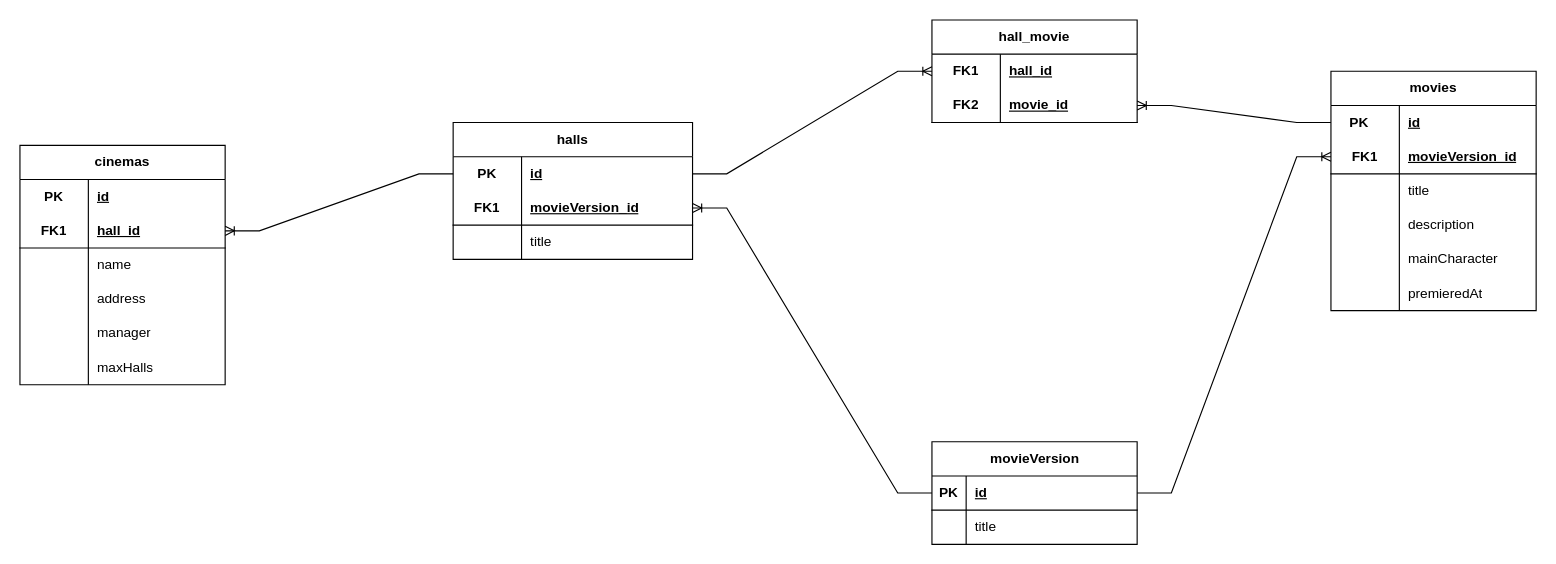
This is cinema/java-cinema.drawio from smatzner/java-matzner, a draw.io file, before an edit. Source tidied: cells renumbered, new cells numbered last; positions are measured from the earlier drawing's top-left corner, leaving out a move shared by most shapes. Both pictures are drawn from the tidied source at 114%, with x=0, y=0 at pixel (19, 19).
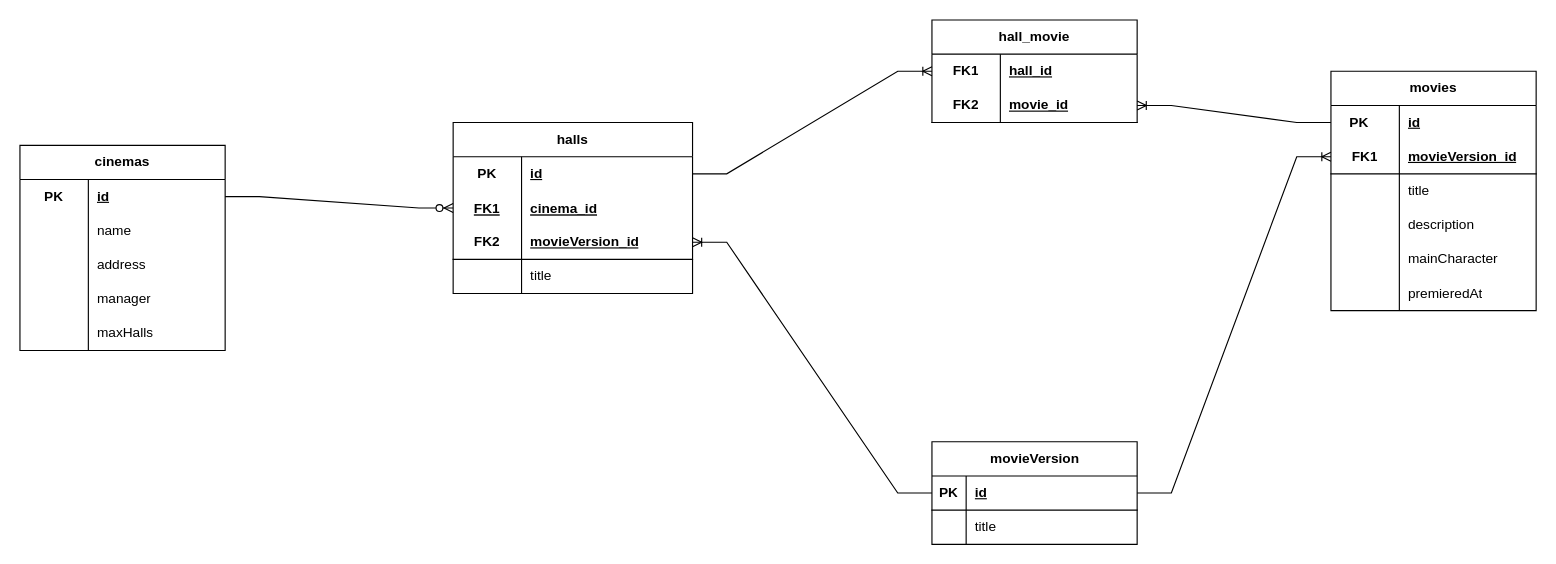
Above is the later version.

Unchanged cells that the change refers to:
```xml
<mxCell id="3" style="shape=tableRow;horizontal=0;startSize=0;swimlaneHead=0;swimlaneBody=0;fillColor=none;points=[[0,0.5],[1,0.5]];portConstraint=eastwest;top=0;left=0;right=0;bottom=0;html=1;" parent="2" vertex="1">
  <mxGeometry y="30" width="180" height="30" as="geometry" />
</mxCell>
<mxCell id="22" style="shape=tableRow;horizontal=0;startSize=0;swimlaneHead=0;swimlaneBody=0;fillColor=none;points=[[0,0.5],[1,0.5]];portConstraint=eastwest;top=0;left=0;right=0;bottom=0;html=1;" parent="21" vertex="1">
  <mxGeometry y="30" width="210" height="30" as="geometry" />
</mxCell>
```

Diff of the diagram source:
```diff
@@
     <mxCell id="2" value="cinemas" style="shape=table;startSize=30;childLayout=tableLayout;rowLines=0;fontStyle=1;align=center;html=1;whiteSpace=wrap;" parent="1" vertex="1">
-      <mxGeometry y="110" width="180" height="210" as="geometry" />
+      <mxGeometry y="110" width="180" height="180" as="geometry" />
     </mxCell>
@@
-    <mxCell id="6" style="shape=tableRow;horizontal=0;startSize=0;swimlaneHead=0;swimlaneBody=0;fillColor=none;points=[[0,0.5],[1,0.5]];portConstraint=eastwest;top=0;left=0;right=0;bottom=1;html=1;" parent="2" vertex="1">
-      <mxGeometry y="60" width="180" height="30" as="geometry" />
-    </mxCell>
-    <mxCell id="7" value="FK1" style="shape=partialRectangle;fillColor=none;top=0;left=0;bottom=0;right=0;fontStyle=1;overflow=hidden;html=1;whiteSpace=wrap;" parent="6" vertex="1">
-      <mxGeometry width="60" height="30" as="geometry" />
-    </mxCell>
-    <mxCell id="8" value="hall_id" style="shape=partialRectangle;fillColor=none;top=0;left=0;bottom=0;right=0;align=left;spacingLeft=6;fontStyle=5;overflow=hidden;html=1;whiteSpace=wrap;" parent="6" vertex="1">
-      <mxGeometry x="60" width="120" height="30" as="geometry" />
-    </mxCell>
     <mxCell id="9" style="shape=tableRow;horizontal=0;startSize=0;swimlaneHead=0;swimlaneBody=0;fillColor=none;top=0;left=0;right=0;bottom=0;html=1;" parent="2" vertex="1">
-      <mxGeometry y="90" width="180" height="30" as="geometry" />
+      <mxGeometry y="60" width="180" height="30" as="geometry" />
     </mxCell>
@@
     <mxCell id="12" style="shape=tableRow;horizontal=0;startSize=0;swimlaneHead=0;swimlaneBody=0;fillColor=none;top=0;left=0;right=0;bottom=0;html=1;" parent="2" vertex="1">
-      <mxGeometry y="120" width="180" height="30" as="geometry" />
+      <mxGeometry y="90" width="180" height="30" as="geometry" />
     </mxCell>
@@
     <mxCell id="15" style="shape=tableRow;horizontal=0;startSize=0;swimlaneHead=0;swimlaneBody=0;fillColor=none;top=0;left=0;right=0;bottom=0;html=1;" parent="2" vertex="1">
-      <mxGeometry y="150" width="180" height="30" as="geometry" />
+      <mxGeometry y="120" width="180" height="30" as="geometry" />
     </mxCell>
@@
     <mxCell id="18" style="shape=tableRow;horizontal=0;startSize=0;swimlaneHead=0;swimlaneBody=0;fillColor=none;top=0;left=0;right=0;bottom=0;html=1;" parent="2" vertex="1">
-      <mxGeometry y="180" width="180" height="30" as="geometry" />
+      <mxGeometry y="150" width="180" height="30" as="geometry" />
     </mxCell>
@@
     <mxCell id="21" value="halls" style="shape=table;startSize=30;childLayout=tableLayout;rowLines=0;fontStyle=1;align=center;html=1;whiteSpace=wrap;" parent="1" vertex="1">
-      <mxGeometry x="380" y="90" width="210" height="120" as="geometry" />
+      <mxGeometry x="380" y="90" width="210" height="150" as="geometry" />
     </mxCell>
@@
+    <mxCell id="69" style="shape=tableRow;horizontal=0;startSize=0;swimlaneHead=0;swimlaneBody=0;fillColor=none;points=[[0,0.5],[1,0.5]];portConstraint=eastwest;top=0;left=0;right=0;bottom=0;" parent="21" vertex="1">
+      <mxGeometry y="60" width="210" height="30" as="geometry" />
+    </mxCell>
+    <mxCell id="7" value="FK1" style="shape=partialRectangle;fillColor=none;top=0;left=0;bottom=0;right=0;fontStyle=5;overflow=hidden;" parent="69" vertex="1">
+      <mxGeometry width="60" height="30" as="geometry" />
+    </mxCell>
+    <mxCell id="70" value="cinema_id" style="shape=partialRectangle;fillColor=none;top=0;left=0;bottom=0;right=0;align=left;spacingLeft=6;fontStyle=5;overflow=hidden;" parent="69" vertex="1">
+      <mxGeometry x="60" width="150" height="30" as="geometry" />
+    </mxCell>
     <mxCell id="25" style="shape=tableRow;horizontal=0;startSize=0;swimlaneHead=0;swimlaneBody=0;fillColor=none;points=[[0,0.5],[1,0.5]];portConstraint=eastwest;top=0;left=0;right=0;bottom=1;html=1;" parent="21" vertex="1">
-      <mxGeometry y="60" width="210" height="30" as="geometry" />
+      <mxGeometry y="90" width="210" height="30" as="geometry" />
     </mxCell>
-    <mxCell id="26" value="FK1" style="shape=partialRectangle;fillColor=none;top=0;left=0;bottom=0;right=0;fontStyle=1;overflow=hidden;html=1;whiteSpace=wrap;" parent="25" vertex="1">
+    <mxCell id="26" value="FK2" style="shape=partialRectangle;fillColor=none;top=0;left=0;bottom=0;right=0;fontStyle=1;overflow=hidden;html=1;whiteSpace=wrap;" parent="25" vertex="1">
       <mxGeometry width="60" height="30" as="geometry" />
     </mxCell>
@@
     <mxCell id="28" style="shape=tableRow;horizontal=0;startSize=0;swimlaneHead=0;swimlaneBody=0;fillColor=none;top=0;left=0;right=0;bottom=0;html=1;" parent="21" vertex="1">
-      <mxGeometry y="90" width="210" height="30" as="geometry" />
+      <mxGeometry y="120" width="210" height="30" as="geometry" />
     </mxCell>
@@
-    <mxCell id="64" style="edgeStyle=entityRelationEdgeStyle;fontSize=12;html=1;endArrow=ERoneToMany;rounded=0;exitX=0;exitY=0.5;exitDx=0;exitDy=0;entryX=1;entryY=0.5;entryDx=0;entryDy=0;" parent="1" edge="1" source="22" target="6">
-      <mxGeometry relative="1" as="geometry" />
-    </mxCell>
@@
+    <mxCell id="71" style="edgeStyle=entityRelationEdgeStyle;fontSize=12;html=1;endArrow=ERzeroToMany;endFill=1;rounded=0;entryX=0;entryY=0.5;entryDx=0;entryDy=0;exitX=1;exitY=0.5;exitDx=0;exitDy=0;" parent="1" edge="1" source="3" target="69">
+      <mxGeometry relative="1" as="geometry" />
+    </mxCell>
```
